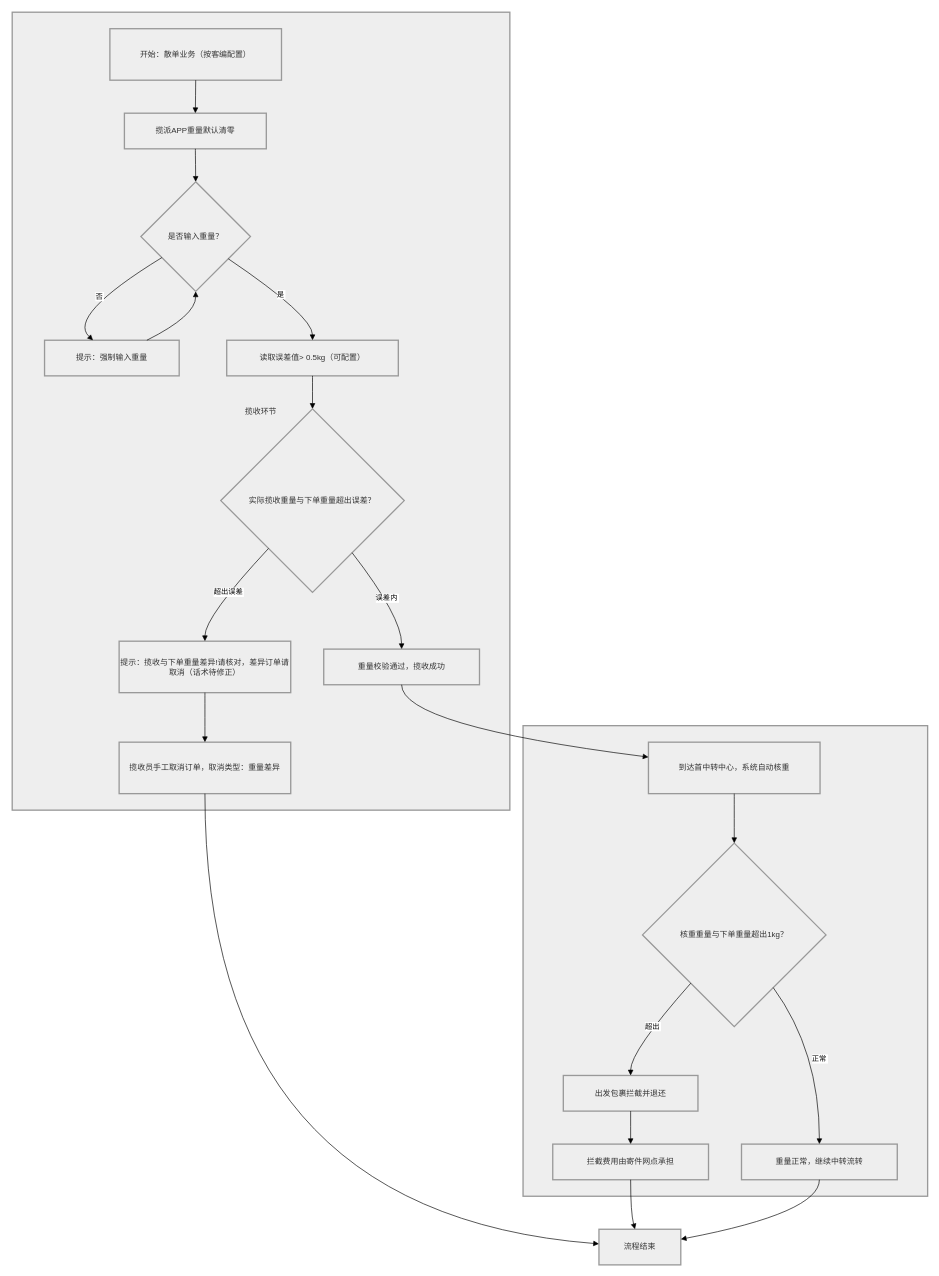
Earlier version of the draw.io diagram 驿家易项目系统流程示意图.drawio (cj6119/draw). Source tidied: cells renumbered, new cells numbered last; positions are measured from the earlier drawing's top-left corner, leaving out a move shared by most shapes. Both pictures are drawn from the tidied source at 66%, with x=0, y=0 at pixel (12, 12).
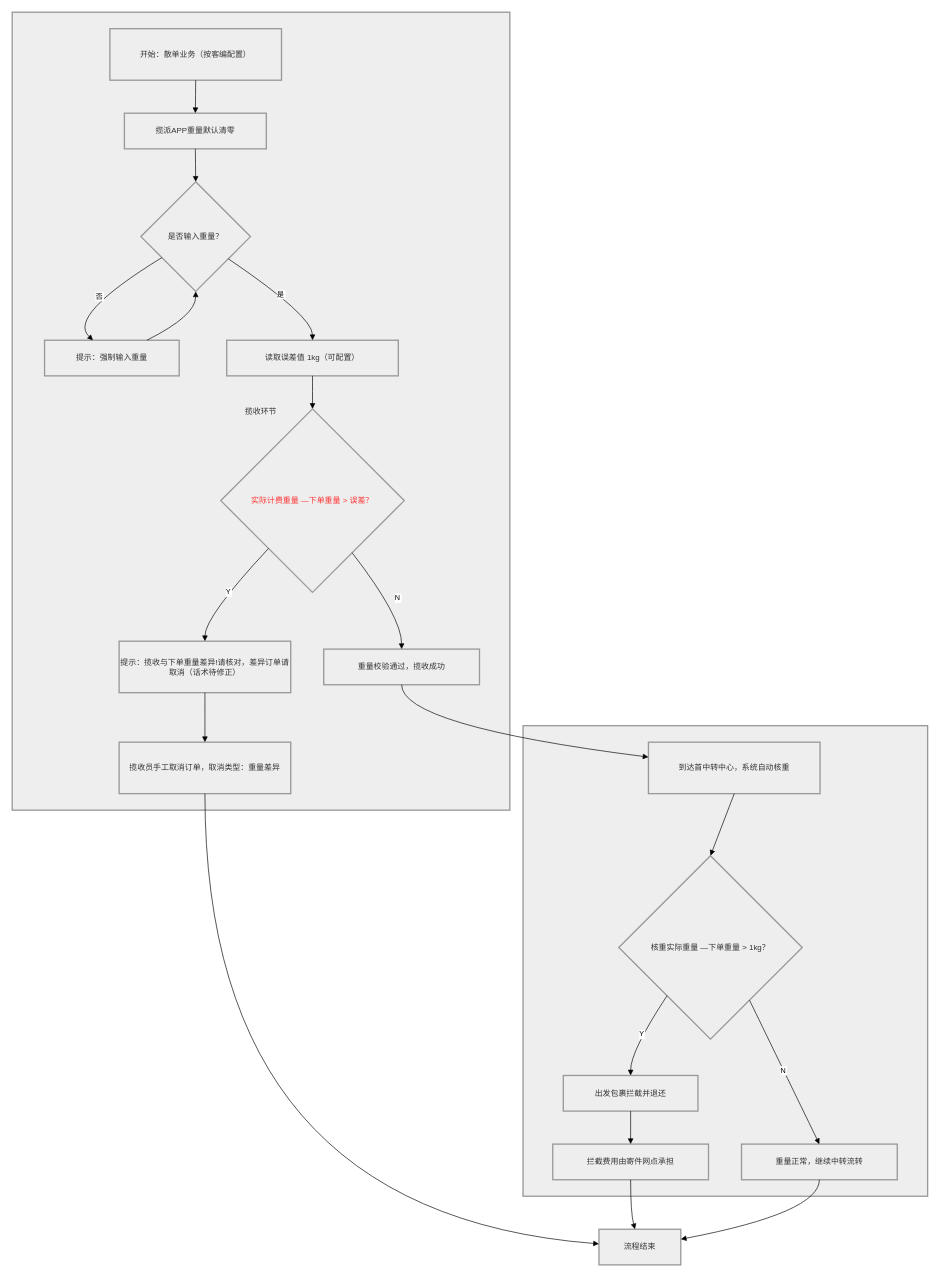
The same diagram, later.

Commit message:
更新驿家易项目系统流程示意图.drawio

Unchanged cells that the change refers to:
```xml
<mxCell id="10" value="提示：揽收与下单重量差异!请核对，差异订单请取消（话术待修正）" style="whiteSpace=wrap;strokeWidth=2;fillColor=light-dark(#eeeeee,#1f2020);strokeColor=light-dark(#999999,#cccccc);fontColor=light-dark(#333333,#cccccc);" parent="1" vertex="1">
  <mxGeometry x="162" y="953" width="260" height="78" as="geometry" />
</mxCell>
<mxCell id="12" value="重量校验通过，揽收成功" style="whiteSpace=wrap;strokeWidth=2;fillColor=light-dark(#eeeeee,#1f2020);strokeColor=light-dark(#999999,#cccccc);fontColor=light-dark(#333333,#cccccc);" parent="1" vertex="1">
  <mxGeometry x="472" y="965" width="236" height="54" as="geometry" />
</mxCell>
<mxCell id="15" value="出发包裹拦截并退还" style="whiteSpace=wrap;strokeWidth=2;fillColor=light-dark(#eeeeee,#1f2020);strokeColor=light-dark(#999999,#cccccc);fontColor=light-dark(#333333,#cccccc);" parent="1" vertex="1">
  <mxGeometry x="835" y="1611" width="204" height="54" as="geometry" />
</mxCell>
<mxCell id="17" value="重量正常，继续中转流转" style="whiteSpace=wrap;strokeWidth=2;fillColor=light-dark(#eeeeee,#1f2020);strokeColor=light-dark(#999999,#cccccc);fontColor=light-dark(#333333,#cccccc);" parent="1" vertex="1">
  <mxGeometry x="1105" y="1715" width="236" height="54" as="geometry" />
</mxCell>
```

Change to the diagram source:
```diff
@@
-    <mxCell id="8" value="读取误差值&gt; 0.5kg（可配置）" style="whiteSpace=wrap;strokeWidth=2;fillColor=light-dark(#eeeeee,#1f2020);strokeColor=light-dark(#999999,#cccccc);fontColor=light-dark(#333333,#cccccc);" parent="1" vertex="1">
+    <mxCell id="8" value="读取误差值 1kg（可配置）" style="whiteSpace=wrap;strokeWidth=2;fillColor=light-dark(#eeeeee,#1f2020);strokeColor=light-dark(#999999,#cccccc);fontColor=light-dark(#333333,#cccccc);" parent="1" vertex="1">
       <mxGeometry x="325" y="497" width="260" height="54" as="geometry" />
     </mxCell>
-    <mxCell id="9" value="实际揽收重量与下单重量超出误差？" style="rhombus;strokeWidth=2;whiteSpace=wrap;fillColor=light-dark(#eeeeee,#1f2020);strokeColor=light-dark(#999999,#cccccc);fontColor=light-dark(#333333,#cccccc);" parent="1" vertex="1">
+    <mxCell id="9" value="实际计费重量 —下单重量 &gt; 误差？" style="rhombus;strokeWidth=2;whiteSpace=wrap;fillColor=light-dark(#eeeeee,#1f2020);strokeColor=light-dark(#999999,#cccccc);fontColor=light-dark(#FF3333,#CCCCCC);" parent="1" vertex="1">
       <mxGeometry x="316" y="601" width="278" height="278" as="geometry" />
     </mxCell>
@@
-    <mxCell id="14" value="核重重量与下单重量超出1kg？" style="rhombus;strokeWidth=2;whiteSpace=wrap;fillColor=light-dark(#eeeeee,#1f2020);strokeColor=light-dark(#999999,#cccccc);fontColor=light-dark(#333333,#cccccc);" parent="1" vertex="1">
-      <mxGeometry x="955" y="1259" width="278" height="278" as="geometry" />
+    <mxCell id="14" value="核重实际重量 —下单重量 &gt; 1kg？" style="rhombus;strokeWidth=2;whiteSpace=wrap;fillColor=light-dark(#eeeeee,#1f2020);strokeColor=light-dark(#999999,#cccccc);fontColor=light-dark(#333333,#cccccc);" parent="1" vertex="1">
+      <mxGeometry x="919" y="1278" width="278" height="278" as="geometry" />
     </mxCell>
@@
-    <mxCell id="25" value="超出误差" style="curved=1;startArrow=none;endArrow=block;exitX=0.04;exitY=1;entryX=0.5;entryY=0;rounded=0;" parent="1" edge="1" source="9" target="10">
+    <mxCell id="25" value="Y" style="curved=1;startArrow=none;endArrow=block;exitX=0.04;exitY=1;entryX=0.5;entryY=0;rounded=0;" parent="1" edge="1" source="9" target="10">
       <mxGeometry relative="1" as="geometry">
         <Array as="points">
           <mxPoint x="292" y="916" />
         </Array>
       </mxGeometry>
     </mxCell>
@@
-    <mxCell id="27" value="误差内" style="curved=1;startArrow=none;endArrow=block;exitX=0.88;exitY=1;entryX=0.5;entryY=0;rounded=0;" parent="1" edge="1" source="9" target="12">
-      <mxGeometry relative="1" as="geometry">
+    <mxCell id="27" value="N" style="curved=1;startArrow=none;endArrow=block;exitX=0.88;exitY=1;entryX=0.5;entryY=0;rounded=0;" parent="1" edge="1" source="9" target="12">
+      <mxGeometry x="0.12" y="13" relative="1" as="geometry">
         <Array as="points">
           <mxPoint x="590" y="916" />
         </Array>
       </mxGeometry>
     </mxCell>
@@
-    <mxCell id="30" value="超出" style="curved=1;startArrow=none;endArrow=block;exitX=0.05;exitY=1;entryX=0.5;entryY=0;rounded=0;" parent="1" edge="1" source="14" target="15">
+    <mxCell id="30" value="Y" style="curved=1;startArrow=none;endArrow=block;exitX=0.05;exitY=1;entryX=0.5;entryY=0;rounded=0;" parent="1" edge="1" source="14" target="15">
       <mxGeometry relative="1" as="geometry">
         <Array as="points">
           <mxPoint x="937" y="1574" />
         </Array>
       </mxGeometry>
     </mxCell>
@@
-    <mxCell id="32" value="正常" style="curved=1;startArrow=none;endArrow=block;exitX=0.87;exitY=1;entryX=0.5;entryY=0;rounded=0;" parent="1" edge="1" source="14" target="17">
-      <mxGeometry relative="1" as="geometry">
-        <Array as="points">
-          <mxPoint x="1223" y="1574" />
-        </Array>
-      </mxGeometry>
+    <mxCell id="32" value="N" style="curved=1;startArrow=none;endArrow=block;exitX=0.87;exitY=1;entryX=0.5;entryY=0;rounded=0;" parent="1" edge="1" source="14" target="17">
+      <mxGeometry x="-0.03" relative="1" as="geometry" />
     </mxCell>
```
